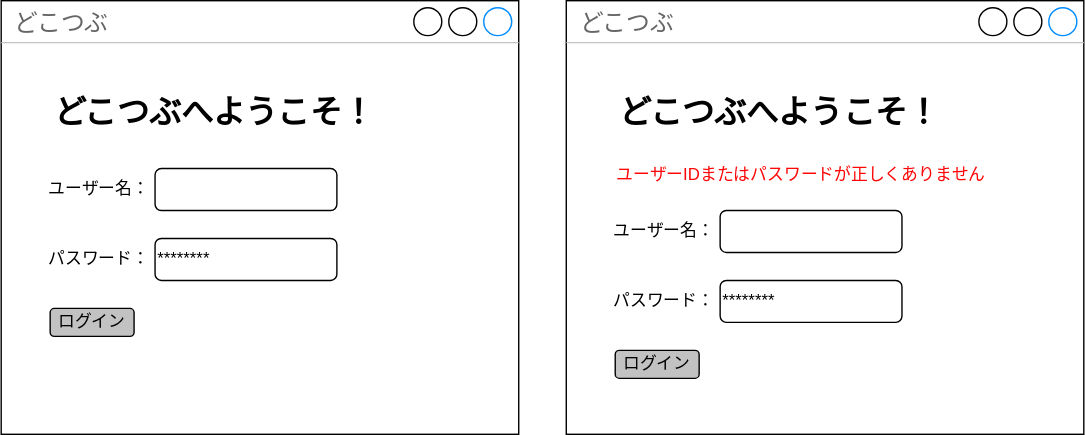
Before: Screen design document.drawio.svg, a diagram exported from draw.io (SZTTSG/sofewareEngneeringIntroduction). Source tidied: cells renumbered, new cells last; positions are measured from the earlier drawing's top-left corner, leaving out a move shared by most shapes.
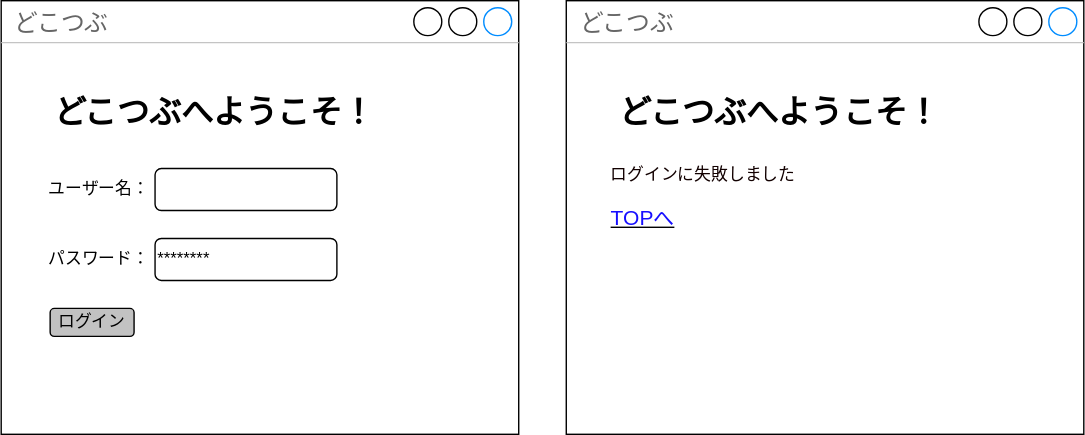
Later version of the same file.

Commit message:
Screen design document.drawio.svg を更新します

The edit, as a diff of the source:
```diff
@@ -29,23 +29,11 @@
     <mxCell id="10" value="&lt;font style=&quot;font-size: 23px;&quot;&gt;&lt;b&gt;どこつぶへようこそ！&lt;/b&gt;&lt;/font&gt;" style="text;html=1;align=center;verticalAlign=middle;whiteSpace=wrap;rounded=0;" parent="1" vertex="1">
       <mxGeometry x="439" y="50" width="235" height="60" as="geometry" />
     </mxCell>
-    <mxCell id="11" style="rounded=1;whiteSpace=wrap;html=1;" parent="1" vertex="1">
-      <mxGeometry x="514" y="150" width="130" height="30" as="geometry" />
-    </mxCell>
-    <mxCell id="12" value="ユーザー名：" style="text;html=1;align=center;verticalAlign=middle;whiteSpace=wrap;rounded=0;" parent="1" vertex="1">
-      <mxGeometry x="434" y="150" width="80" height="30" as="geometry" />
-    </mxCell>
-    <mxCell id="13" value="パスワード：" style="text;html=1;align=center;verticalAlign=middle;whiteSpace=wrap;rounded=0;" parent="1" vertex="1">
-      <mxGeometry x="434" y="200" width="80" height="30" as="geometry" />
-    </mxCell>
-    <mxCell id="14" value="********" style="rounded=1;whiteSpace=wrap;html=1;align=left;" parent="1" vertex="1">
-      <mxGeometry x="514" y="200" width="130" height="30" as="geometry" />
-    </mxCell>
-    <mxCell id="15" value="ログイン" style="rounded=1;whiteSpace=wrap;html=1;fillColor=#C2C2C2;" parent="1" vertex="1">
-      <mxGeometry x="439" y="250" width="60" height="20" as="geometry" />
-    </mxCell>
-    <mxCell id="16" value="&lt;font color=&quot;#ff0505&quot;&gt;ユーザーIDまたはパスワードが正しくありません&lt;/font&gt;" style="text;html=1;align=center;verticalAlign=middle;whiteSpace=wrap;rounded=0;" parent="1" vertex="1">
+    <mxCell id="16" value="&lt;font color=&quot;#120000&quot;&gt;ログインに失敗しました&lt;/font&gt;" style="text;html=1;align=left;verticalAlign=middle;whiteSpace=wrap;rounded=0;" parent="1" vertex="1">
       <mxGeometry x="434" y="110" width="276" height="30" as="geometry" />
     </mxCell>
+    <mxCell id="17" value="&lt;u&gt;&lt;font style=&quot;font-size: 15px;&quot; color=&quot;#170fff&quot;&gt;TOPへ&lt;/font&gt;&lt;/u&gt;" style="text;html=1;align=center;verticalAlign=middle;whiteSpace=wrap;rounded=0;strokeWidth=1;" parent="1" vertex="1">
+      <mxGeometry x="434" y="140" width="50" height="30" as="geometry" />
+    </mxCell>
   </root>
 </mxGraphModel>
```
